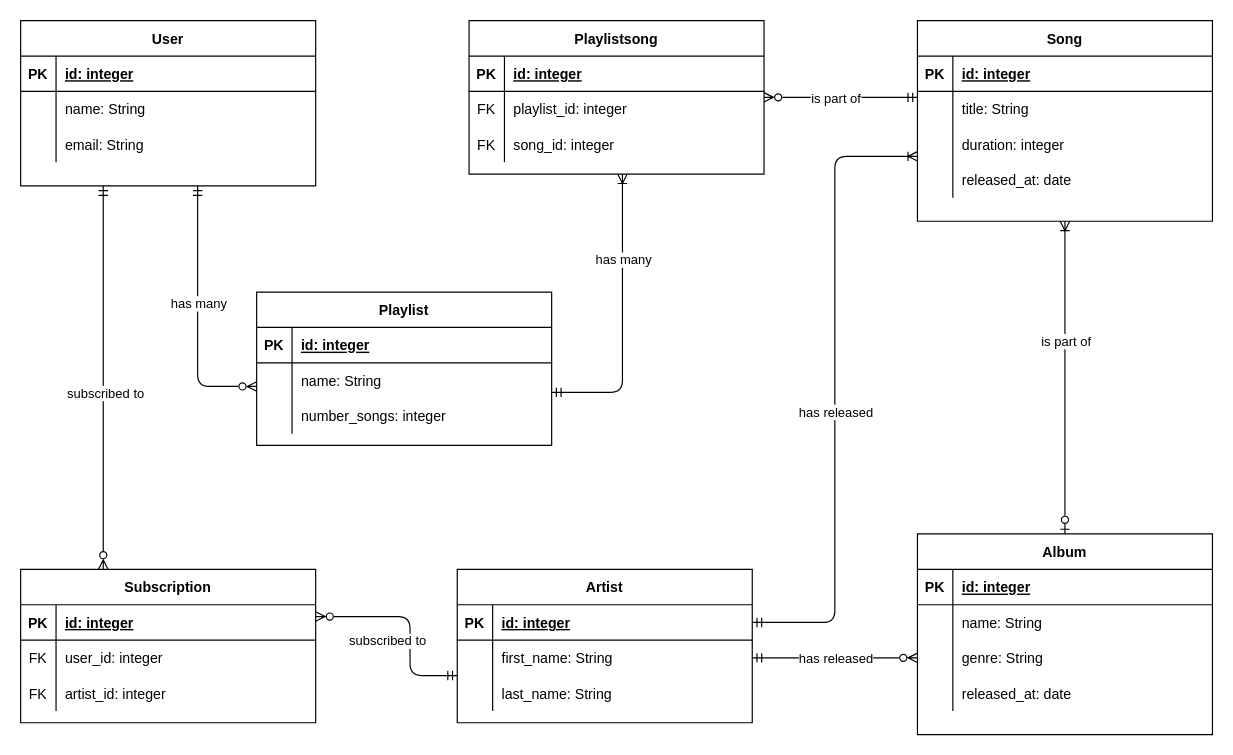
Earlier version of the draw.io diagram erd.drawio (SBakanow/hhn-db1-memeql). Source tidied: cells renumbered, new cells numbered last; positions are measured from the earlier drawing's top-left corner, leaving out a move shared by most shapes. Both pictures are drawn from the tidied source at 118%, with x=0, y=0 at pixel (20, 20).
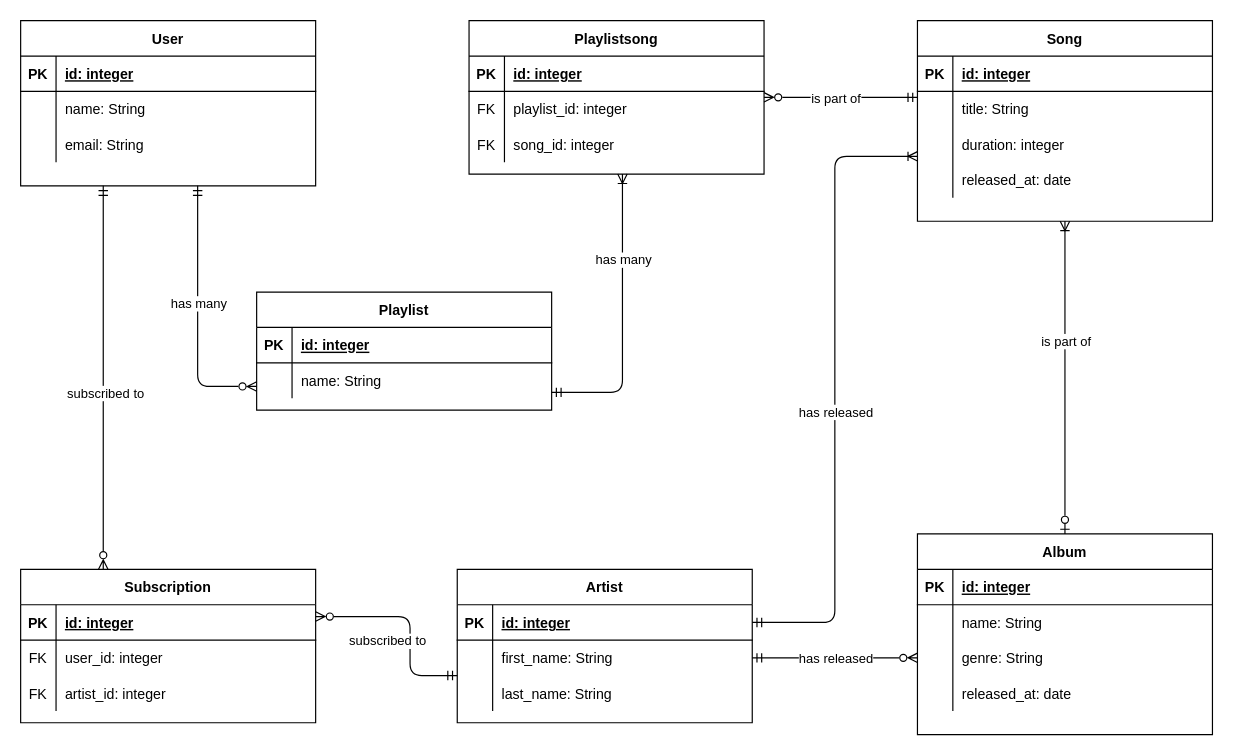
After the change.

Commit message (it also covers changes not shown here):
Update ERD to reflect changes

Change to the diagram source:
```diff
@@
     <mxCell id="37" value="Playlist" style="shape=table;startSize=30;childLayout=tableLayout;rowLines=0;fontStyle=1;align=center;" parent="1" vertex="1">
-      <mxGeometry x="200" y="230" width="250" height="130" as="geometry" />
+      <mxGeometry x="200" y="230" width="250" height="100" as="geometry" />
     </mxCell>
@@
-    <mxCell id="44" style="shape=partialRectangle;fillColor=none;top=0;left=0;right=0;bottom=0;" parent="37" vertex="1">
-      <mxGeometry y="90" width="250" height="30" as="geometry" />
-    </mxCell>
-    <mxCell id="45" style="shape=partialRectangle;overflow=hidden;fillColor=none;top=0;left=0;bottom=0;right=0;" parent="44" vertex="1">
-      <mxGeometry width="30" height="30" as="geometry" />
-    </mxCell>
-    <mxCell id="46" value="number_songs: integer" style="shape=partialRectangle;overflow=hidden;fillColor=none;top=0;left=0;bottom=0;right=0;align=left;spacingLeft=6;" parent="44" vertex="1">
-      <mxGeometry x="30" width="220" height="30" as="geometry" />
-    </mxCell>
```
